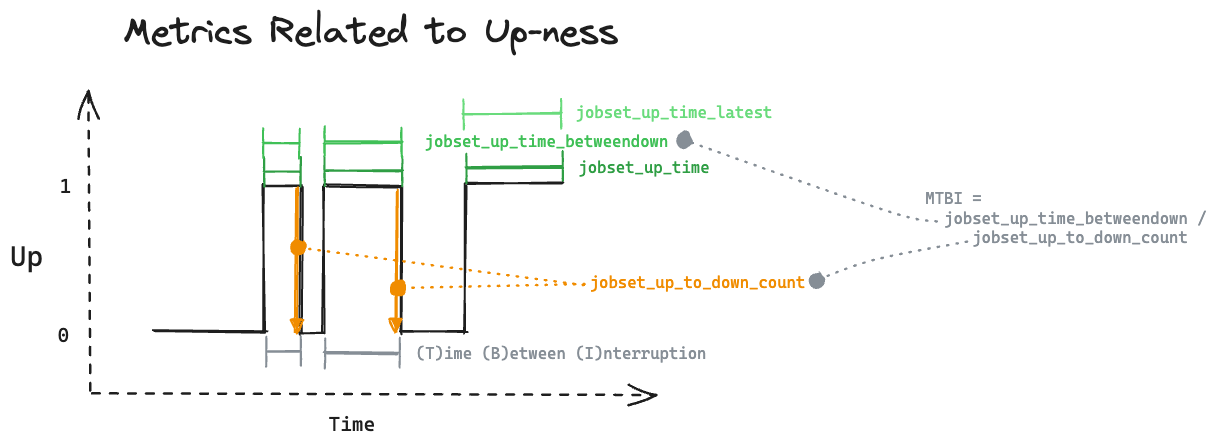
Above: docs/diagrams/upness-metrics.excalidraw.png in nstogner/megamon (Excalidraw), before the change. Source tidied: one line per element, renumbered; positions are measured from the earlier drawing's top-left corner, leaving out a move shared by most shapes. Source of this version:
```json
{"id": 0, "type": "arrow", "strokeColor": "#1e1e1e", "strokeWidth": 2, "strokeStyle": "dashed", "roughness": 1, "endArrowhead": "arrow", "round": true, "x": 79, "y": 382, "width": 0, "height": 301, "points": [[0, 0], [0, -301]]}
{"id": 1, "type": "arrow", "strokeColor": "#1e1e1e", "strokeWidth": 2, "strokeStyle": "dashed", "roughness": 1, "endArrowhead": "arrow", "round": true, "x": 83, "y": 384, "width": 563, "height": 2, "points": [[0, 0], [563, 2]]}
{"id": 2, "type": "text", "text": "Time", "strokeColor": "#1e1e1e", "strokeWidth": 2, "roughness": 1, "fontSize": 20, "fontFamily": 3, "x": 318, "y": 401, "width": 47, "height": 24}
{"id": 3, "type": "text", "text": "Up", "strokeColor": "#1e1e1e", "strokeWidth": 2, "roughness": 1, "fontSize": 28, "fontFamily": 3, "x": 0, "y": 229, "width": 33, "height": 34}
{"id": 4, "type": "text", "text": "1", "strokeColor": "#1e1e1e", "strokeWidth": 2, "roughness": 1, "fontSize": 20, "fontFamily": 3, "x": 50, "y": 163, "width": 12, "height": 24}
{"id": 5, "type": "text", "text": "0", "strokeColor": "#1e1e1e", "strokeWidth": 2, "roughness": 1, "fontSize": 20, "fontFamily": 3, "x": 47, "y": 312, "width": 12, "height": 24}
{"id": 6, "type": "line", "strokeColor": "#1e1e1e", "strokeWidth": 2, "roughness": 1, "round": true, "x": 144, "y": 321, "width": 112, "height": 1, "points": [[0, 0], [112, 1]]}
{"id": 7, "type": "line", "strokeColor": "#1e1e1e", "strokeWidth": 2, "roughness": 1, "round": true, "x": 254, "y": 320, "width": 0, "height": 144, "points": [[0, 0], [0, -144]]}
{"id": 8, "type": "line", "strokeColor": "#1e1e1e", "strokeWidth": 2, "roughness": 1, "round": true, "x": 254, "y": 176, "width": 38, "height": 0, "points": [[0, 0], [38, 0]]}
{"id": 9, "type": "line", "strokeColor": "#1e1e1e", "strokeWidth": 2, "roughness": 1, "round": true, "x": 392, "y": 176, "width": 0, "height": 148, "points": [[0, 0], [0, 148]]}
{"id": 10, "type": "line", "strokeColor": "#1e1e1e", "strokeWidth": 2, "roughness": 1, "round": true, "x": 391, "y": 321, "width": 65, "height": 0, "points": [[0, 0], [65, 0]]}
{"id": 11, "type": "line", "strokeColor": "#1e1e1e", "strokeWidth": 2, "roughness": 1, "round": true, "x": 455, "y": 174, "width": 0, "height": 148, "points": [[0, 0], [0, 148]]}
{"id": 12, "type": "line", "strokeColor": "#1e1e1e", "strokeWidth": 2, "roughness": 1, "round": true, "x": 457, "y": 174, "width": 97, "height": 1, "points": [[0, 0], [97, -1]]}
{"id": 13, "type": "line", "strokeColor": "#1e1e1e", "strokeWidth": 2, "roughness": 1, "round": true, "x": 291, "y": 176, "width": 0, "height": 148, "points": [[0, 0], [0, 148]]}
{"id": 14, "type": "line", "strokeColor": "#1e1e1e", "strokeWidth": 2, "roughness": 1, "round": true, "x": 290, "y": 323, "width": 23, "height": 0, "points": [[0, 0], [23, 0]]}
{"id": 15, "type": "line", "strokeColor": "#1e1e1e", "strokeWidth": 2, "roughness": 1, "round": true, "x": 313, "y": 175, "width": 0, "height": 148, "points": [[0, 0], [0, 148]]}
{"id": 16, "type": "line", "strokeColor": "#1e1e1e", "strokeWidth": 2, "roughness": 1, "round": true, "x": 315, "y": 175, "width": 76, "height": 1, "points": [[0, 0], [76, 1]]}
{"id": 17, "type": "arrow", "strokeColor": "#2f9e44", "strokeWidth": 2, "roughness": 1, "startArrowhead": "bar", "endArrowhead": "bar", "round": true, "x": 254, "y": 162, "width": 37, "height": 0, "points": [[0, 0], [37, 0]]}
{"id": 18, "type": "arrow", "strokeColor": "#2f9e44", "strokeWidth": 2, "roughness": 1, "startArrowhead": "bar", "endArrowhead": "bar", "round": true, "x": 315, "y": 160, "width": 78, "height": 0, "points": [[0, 0], [78, 0]]}
{"id": 19, "type": "arrow", "strokeColor": "#2f9e44", "strokeWidth": 2, "roughness": 1, "startArrowhead": "bar", "endArrowhead": "bar", "round": true, "x": 455, "y": 159, "width": 97, "height": 2, "points": [[0, 0], [97, -2]]}
{"id": 20, "type": "text", "text": "jobset_up_time", "strokeColor": "#2f9e44", "strokeWidth": 2, "roughness": 1, "fontSize": 16, "fontFamily": 3, "x": 568, "y": 148, "width": 131, "height": 19}
{"id": 21, "type": "arrow", "strokeColor": "#40c057", "strokeWidth": 2, "roughness": 1, "startArrowhead": "bar", "endArrowhead": "bar", "round": true, "x": 253, "y": 133, "width": 37, "height": 0, "points": [[0, 0], [37, 0]]}
{"id": 22, "type": "arrow", "strokeColor": "#40c057", "strokeWidth": 2, "roughness": 1, "startArrowhead": "bar", "endArrowhead": "bar", "round": true, "x": 314, "y": 132, "width": 78, "height": 0, "points": [[0, 0], [78, 0]]}
{"id": 23, "type": "text", "text": "jobset_up_time_betweendown", "strokeColor": "#40c057", "strokeWidth": 2, "roughness": 1, "fontSize": 16, "fontFamily": 3, "x": 415, "y": 122, "width": 244, "height": 19}
{"id": 24, "type": "text", "text": "jobset_up_to_down_count", "strokeColor": "#f08c00", "strokeWidth": 2, "roughness": 1, "fontSize": 16, "fontFamily": 3, "x": 580, "y": 263, "width": 216, "height": 19}
{"id": 25, "type": "arrow", "strokeColor": "#f08c00", "strokeWidth": 2, "strokeStyle": "dotted", "roughness": 1, "endArrowhead": "dot", "round": true, "from": 24, "x": 575, "y": 274, "width": 187, "height": 3, "points": [[0, 0], [-187, 3]]}
{"id": 26, "type": "arrow", "strokeColor": "#f08c00", "strokeWidth": 2, "strokeStyle": "dotted", "roughness": 1, "endArrowhead": "dot", "round": true, "from": 24, "x": 574, "y": 274, "width": 285, "height": 37, "points": [[0, 0], [-285, -37]]}
{"id": 27, "type": "text", "text": "MTBI = \n  jobset_up_time_betweendown /\n     jobset_up_to_down_count", "strokeColor": "#868e96", "backgroundColor": "#fab005", "fillStyle": "solid", "strokeWidth": 2, "strokeStyle": "dotted", "roughness": 1, "fontSize": 16, "fontFamily": 3, "x": 915, "y": 180, "width": 281, "height": 58}
{"id": 28, "type": "arrow", "strokeColor": "#868e96", "backgroundColor": "#fab005", "fillStyle": "solid", "strokeWidth": 2, "strokeStyle": "dotted", "roughness": 1, "endArrowhead": "dot", "round": true, "to": 24, "x": 956, "y": 233, "width": 149, "height": 36, "points": [[0, 0], [-91, 18], [-149, 36]]}
{"id": 29, "type": "arrow", "strokeColor": "#868e96", "backgroundColor": "#fab005", "fillStyle": "solid", "strokeWidth": 2, "strokeStyle": "dotted", "roughness": 1, "endArrowhead": "dot", "round": true, "to": 23, "x": 926, "y": 211, "width": 253, "height": 82, "points": [[0, 0], [-51, -12], [-253, -82]]}
{"id": 30, "type": "arrow", "strokeColor": "#f08c00", "backgroundColor": "#fab005", "fillStyle": "solid", "strokeWidth": 2, "roughness": 1, "endArrowhead": "triangle", "round": true, "x": 287, "y": 179, "width": 1, "height": 144, "points": [[0, 0], [-1, 144]]}
{"id": 31, "type": "arrow", "strokeColor": "#69db7c", "strokeWidth": 2, "roughness": 1, "startArrowhead": "bar", "endArrowhead": "bar", "round": true, "to": 32, "x": 453, "y": 103, "width": 98, "height": 0, "points": [[0, 0], [98, 0]]}
{"id": 32, "type": "text", "text": "jobset_up_time_latest", "strokeColor": "#69db7c", "strokeWidth": 2, "roughness": 1, "fontSize": 16, "fontFamily": 3, "x": 566, "y": 93, "width": 197, "height": 19}
{"id": 33, "type": "text", "text": "(T)ime (B)etween (I)nterruption", "strokeColor": "#868e96", "backgroundColor": "#fab005", "fillStyle": "solid", "strokeWidth": 2, "roughness": 1, "fontSize": 16, "fontFamily": 3, "x": 406, "y": 334, "width": 291, "height": 19}
{"id": 34, "type": "arrow", "strokeColor": "#868e96", "strokeWidth": 2, "roughness": 1, "startArrowhead": "bar", "endArrowhead": "bar", "round": true, "x": 315, "y": 344, "width": 73, "height": 0, "points": [[0, 0], [73, 0]]}
{"id": 35, "type": "arrow", "strokeColor": "#868e96", "strokeWidth": 2, "roughness": 1, "startArrowhead": "bar", "endArrowhead": "bar", "round": true, "x": 257, "y": 341, "width": 34, "height": 0, "points": [[0, 0], [34, 0]]}
{"id": 36, "type": "text", "text": "Metrics Related to Up-ness", "strokeColor": "#1e1e1e", "strokeWidth": 2, "roughness": 1, "fontSize": 36, "fontFamily": 1, "x": 113, "y": 0, "width": 495, "height": 45}
{"id": 37, "type": "arrow", "strokeColor": "#f08c00", "backgroundColor": "#fab005", "fillStyle": "solid", "strokeWidth": 2, "roughness": 1, "endArrowhead": "triangle", "round": true, "x": 387, "y": 180, "width": 0, "height": 142, "points": [[0, 0], [0, 142]]}
```
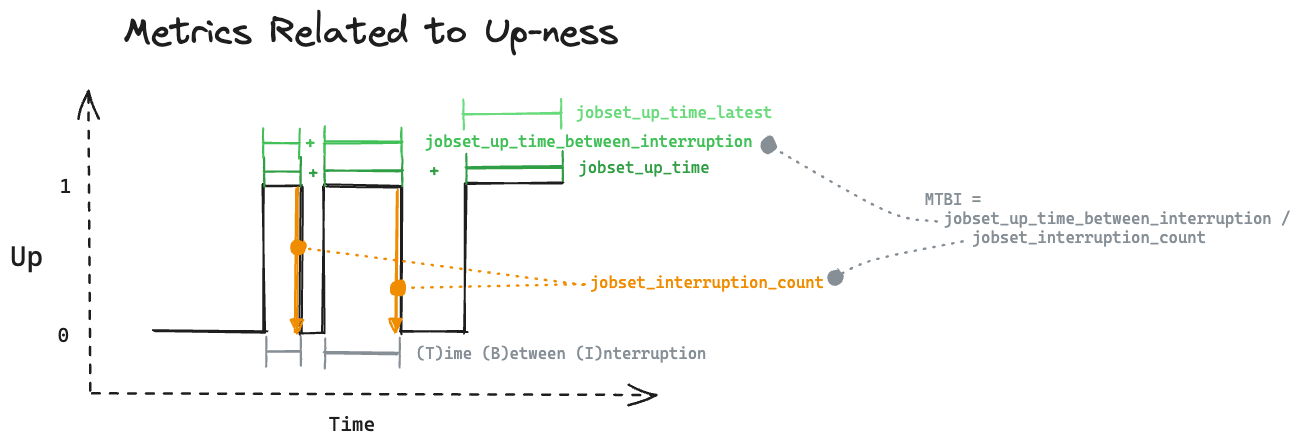
After the commit.

The edit, as a diff of the source:
```diff
@@ -15,20 +15,20 @@
 {"id": 14, "type": "line", "strokeColor": "#1e1e1e", "strokeWidth": 2, "roughness": 1, "round": true, "x": 290, "y": 323, "width": 23, "height": 0, "points": [[0, 0], [23, 0]]}
 {"id": 15, "type": "line", "strokeColor": "#1e1e1e", "strokeWidth": 2, "roughness": 1, "round": true, "x": 313, "y": 175, "width": 0, "height": 148, "points": [[0, 0], [0, 148]]}
 {"id": 16, "type": "line", "strokeColor": "#1e1e1e", "strokeWidth": 2, "roughness": 1, "round": true, "x": 315, "y": 175, "width": 76, "height": 1, "points": [[0, 0], [76, 1]]}
-{"id": 17, "type": "arrow", "strokeColor": "#2f9e44", "strokeWidth": 2, "roughness": 1, "startArrowhead": "bar", "endArrowhead": "bar", "round": true, "x": 254, "y": 162, "width": 37, "height": 0, "points": [[0, 0], [37, 0]]}
+{"id": 17, "type": "arrow", "strokeColor": "#2f9e44", "strokeWidth": 2, "roughness": 1, "startArrowhead": "bar", "endArrowhead": "bar", "round": true, "to": 38, "x": 254, "y": 162, "width": 37, "height": 0, "points": [[0, 0], [37, 0]]}
-{"id": 18, "type": "arrow", "strokeColor": "#2f9e44", "strokeWidth": 2, "roughness": 1, "startArrowhead": "bar", "endArrowhead": "bar", "round": true, "x": 315, "y": 160, "width": 78, "height": 0, "points": [[0, 0], [78, 0]]}
+{"id": 18, "type": "arrow", "strokeColor": "#2f9e44", "strokeWidth": 2, "roughness": 1, "startArrowhead": "bar", "endArrowhead": "bar", "round": true, "from": 38, "x": 315, "y": 160, "width": 78, "height": 0, "points": [[0, 0], [78, 0]]}
 {"id": 19, "type": "arrow", "strokeColor": "#2f9e44", "strokeWidth": 2, "roughness": 1, "startArrowhead": "bar", "endArrowhead": "bar", "round": true, "x": 455, "y": 159, "width": 97, "height": 2, "points": [[0, 0], [97, -2]]}
 {"id": 20, "type": "text", "text": "jobset_up_time", "strokeColor": "#2f9e44", "strokeWidth": 2, "roughness": 1, "fontSize": 16, "fontFamily": 3, "x": 568, "y": 148, "width": 131, "height": 19}
-{"id": 21, "type": "arrow", "strokeColor": "#40c057", "strokeWidth": 2, "roughness": 1, "startArrowhead": "bar", "endArrowhead": "bar", "round": true, "x": 253, "y": 133, "width": 37, "height": 0, "points": [[0, 0], [37, 0]]}
+{"id": 21, "type": "arrow", "strokeColor": "#40c057", "strokeWidth": 2, "roughness": 1, "startArrowhead": "bar", "endArrowhead": "bar", "round": true, "to": 38, "x": 253, "y": 133, "width": 37, "height": 0, "points": [[0, 0], [37, 0]]}
-{"id": 22, "type": "arrow", "strokeColor": "#40c057", "strokeWidth": 2, "roughness": 1, "startArrowhead": "bar", "endArrowhead": "bar", "round": true, "x": 314, "y": 132, "width": 78, "height": 0, "points": [[0, 0], [78, 0]]}
+{"id": 22, "type": "arrow", "strokeColor": "#40c057", "strokeWidth": 2, "roughness": 1, "startArrowhead": "bar", "endArrowhead": "bar", "round": true, "from": 38, "x": 314, "y": 132, "width": 78, "height": 0, "points": [[0, 0], [78, 0]]}
-{"id": 23, "type": "text", "text": "jobset_up_time_betweendown", "strokeColor": "#40c057", "strokeWidth": 2, "roughness": 1, "fontSize": 16, "fontFamily": 3, "x": 415, "y": 122, "width": 244, "height": 19}
+{"id": 23, "type": "text", "text": "jobset_up_time_between_interruption", "strokeColor": "#40c057", "strokeWidth": 2, "roughness": 1, "fontSize": 16, "fontFamily": 3, "x": 414, "y": 122, "width": 328, "height": 19}
-{"id": 24, "type": "text", "text": "jobset_up_to_down_count", "strokeColor": "#f08c00", "strokeWidth": 2, "roughness": 1, "fontSize": 16, "fontFamily": 3, "x": 580, "y": 263, "width": 216, "height": 19}
+{"id": 24, "type": "text", "text": "jobset_interruption_count", "strokeColor": "#f08c00", "strokeWidth": 2, "roughness": 1, "fontSize": 16, "fontFamily": 3, "x": 580, "y": 263, "width": 234, "height": 19}
 {"id": 25, "type": "arrow", "strokeColor": "#f08c00", "strokeWidth": 2, "strokeStyle": "dotted", "roughness": 1, "endArrowhead": "dot", "round": true, "from": 24, "x": 575, "y": 274, "width": 187, "height": 3, "points": [[0, 0], [-187, 3]]}
-{"id": 26, "type": "arrow", "strokeColor": "#f08c00", "strokeWidth": 2, "strokeStyle": "dotted", "roughness": 1, "endArrowhead": "dot", "round": true, "from": 24, "x": 574, "y": 274, "width": 285, "height": 37, "points": [[0, 0], [-285, -37]]}
+{"id": 26, "type": "arrow", "strokeColor": "#f08c00", "strokeWidth": 2, "strokeStyle": "dotted", "roughness": 1, "endArrowhead": "dot", "round": true, "from": 24, "x": 574, "y": 274, "width": 285, "height": 36, "points": [[0, 0], [-285, -36]]}
-{"id": 27, "type": "text", "text": "MTBI = \n  jobset_up_time_betweendown /\n     jobset_up_to_down_count", "strokeColor": "#868e96", "backgroundColor": "#fab005", "fillStyle": "solid", "strokeWidth": 2, "strokeStyle": "dotted", "roughness": 1, "fontSize": 16, "fontFamily": 3, "x": 915, "y": 180, "width": 281, "height": 58}
+{"id": 27, "type": "text", "text": "MTBI = \n  jobset_up_time_between_interruption /\n     jobset_interruption_count", "strokeColor": "#868e96", "backgroundColor": "#fab005", "fillStyle": "solid", "strokeWidth": 2, "strokeStyle": "dotted", "roughness": 1, "fontSize": 16, "fontFamily": 3, "x": 915, "y": 180, "width": 366, "height": 58}
-{"id": 28, "type": "arrow", "strokeColor": "#868e96", "backgroundColor": "#fab005", "fillStyle": "solid", "strokeWidth": 2, "strokeStyle": "dotted", "roughness": 1, "endArrowhead": "dot", "round": true, "to": 24, "x": 956, "y": 233, "width": 149, "height": 36, "points": [[0, 0], [-91, 18], [-149, 36]]}
+{"id": 28, "type": "arrow", "strokeColor": "#868e96", "backgroundColor": "#fab005", "fillStyle": "solid", "strokeWidth": 2, "strokeStyle": "dotted", "roughness": 1, "endArrowhead": "dot", "round": true, "to": 24, "x": 952, "y": 233, "width": 126, "height": 33, "points": [[0, 0], [-87, 18], [-126, 33]]}
-{"id": 29, "type": "arrow", "strokeColor": "#868e96", "backgroundColor": "#fab005", "fillStyle": "solid", "strokeWidth": 2, "strokeStyle": "dotted", "roughness": 1, "endArrowhead": "dot", "round": true, "to": 23, "x": 926, "y": 211, "width": 253, "height": 82, "points": [[0, 0], [-51, -12], [-253, -82]]}
+{"id": 29, "type": "arrow", "strokeColor": "#868e96", "backgroundColor": "#fab005", "fillStyle": "solid", "strokeWidth": 2, "strokeStyle": "dotted", "roughness": 1, "endArrowhead": "dot", "round": true, "to": 23, "x": 926, "y": 211, "width": 169, "height": 77, "points": [[0, 0], [-51, -12], [-169, -77]]}
-{"id": 30, "type": "arrow", "strokeColor": "#f08c00", "backgroundColor": "#fab005", "fillStyle": "solid", "strokeWidth": 2, "roughness": 1, "endArrowhead": "triangle", "round": true, "x": 287, "y": 179, "width": 1, "height": 144, "points": [[0, 0], [-1, 144]]}
+{"id": 30, "type": "arrow", "strokeColor": "#f08c00", "backgroundColor": "#fab005", "fillStyle": "solid", "strokeWidth": 2, "roughness": 1, "endArrowhead": "triangle", "round": true, "from": 40, "x": 287, "y": 179, "width": 1, "height": 144, "points": [[0, 0], [-1, 144]]}
 {"id": 31, "type": "arrow", "strokeColor": "#69db7c", "strokeWidth": 2, "roughness": 1, "startArrowhead": "bar", "endArrowhead": "bar", "round": true, "to": 32, "x": 453, "y": 103, "width": 98, "height": 0, "points": [[0, 0], [98, 0]]}
 {"id": 32, "type": "text", "text": "jobset_up_time_latest", "strokeColor": "#69db7c", "strokeWidth": 2, "roughness": 1, "fontSize": 16, "fontFamily": 3, "x": 566, "y": 93, "width": 197, "height": 19}
 {"id": 33, "type": "text", "text": "(T)ime (B)etween (I)nterruption", "strokeColor": "#868e96", "backgroundColor": "#fab005", "fillStyle": "solid", "strokeWidth": 2, "roughness": 1, "fontSize": 16, "fontFamily": 3, "x": 406, "y": 334, "width": 291, "height": 19}
@@ -36,3 +36,6 @@
 {"id": 35, "type": "arrow", "strokeColor": "#868e96", "strokeWidth": 2, "roughness": 1, "startArrowhead": "bar", "endArrowhead": "bar", "round": true, "x": 257, "y": 341, "width": 34, "height": 0, "points": [[0, 0], [34, 0]]}
 {"id": 36, "type": "text", "text": "Metrics Related to Up-ness", "strokeColor": "#1e1e1e", "strokeWidth": 2, "roughness": 1, "fontSize": 36, "fontFamily": 1, "x": 113, "y": 0, "width": 495, "height": 45}
 {"id": 37, "type": "arrow", "strokeColor": "#f08c00", "backgroundColor": "#fab005", "fillStyle": "solid", "strokeWidth": 2, "roughness": 1, "endArrowhead": "triangle", "round": true, "x": 387, "y": 180, "width": 0, "height": 142, "points": [[0, 0], [0, 142]]}
+{"id": 38, "type": "text", "text": "+", "strokeColor": "#40c057", "strokeWidth": 2, "roughness": 1, "fontSize": 20, "fontFamily": 1, "x": 294, "y": 121, "width": 12, "height": 25}
+{"id": 39, "type": "text", "text": "+", "strokeColor": "#2f9e44", "strokeWidth": 2, "roughness": 1, "fontSize": 20, "fontFamily": 1, "x": 418, "y": 149, "width": 12, "height": 25}
+{"id": 40, "type": "text", "text": "+", "strokeColor": "#2f9e44", "strokeWidth": 2, "roughness": 1, "fontSize": 20, "fontFamily": 1, "x": 297, "y": 151, "width": 12, "height": 25}
```
